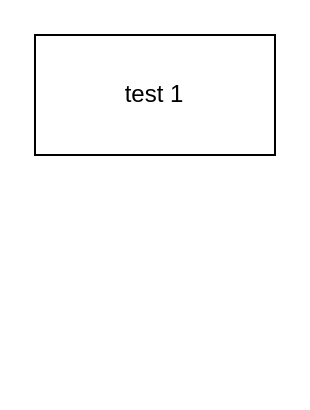
Before: testfolder/Untitled Diagram.drawio in wotway84/iotest, a draw.io diagram. Source tidied: cells renumbered, new cells numbered last; positions are measured from the earlier drawing's top-left corner, leaving out a move shared by most shapes. Both pictures are drawn from the tidied source at 200%, with x=0, y=0 at pixel (34, 34).
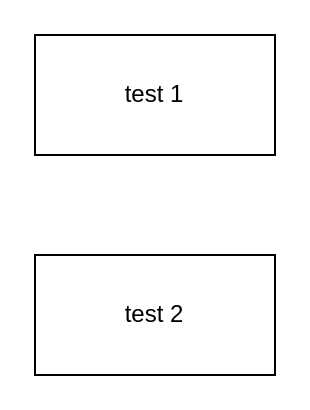
The same page after the edit.

The edit, as a diff of the source:
```diff
@@
 <mxGraphModel>
   <root>
     <mxCell id="0" />
     <mxCell id="1" parent="0" />
     <mxCell id="2" value="test 1" style="rounded=0;whiteSpace=wrap;html=1;" parent="1" vertex="1">
       <mxGeometry width="120" height="60" as="geometry" />
     </mxCell>
+    <mxCell id="3" value="test 2" style="rounded=0;whiteSpace=wrap;html=1;" parent="1" vertex="1">
+      <mxGeometry y="110" width="120" height="60" as="geometry" />
+    </mxCell>
   </root>
 </mxGraphModel>
```
